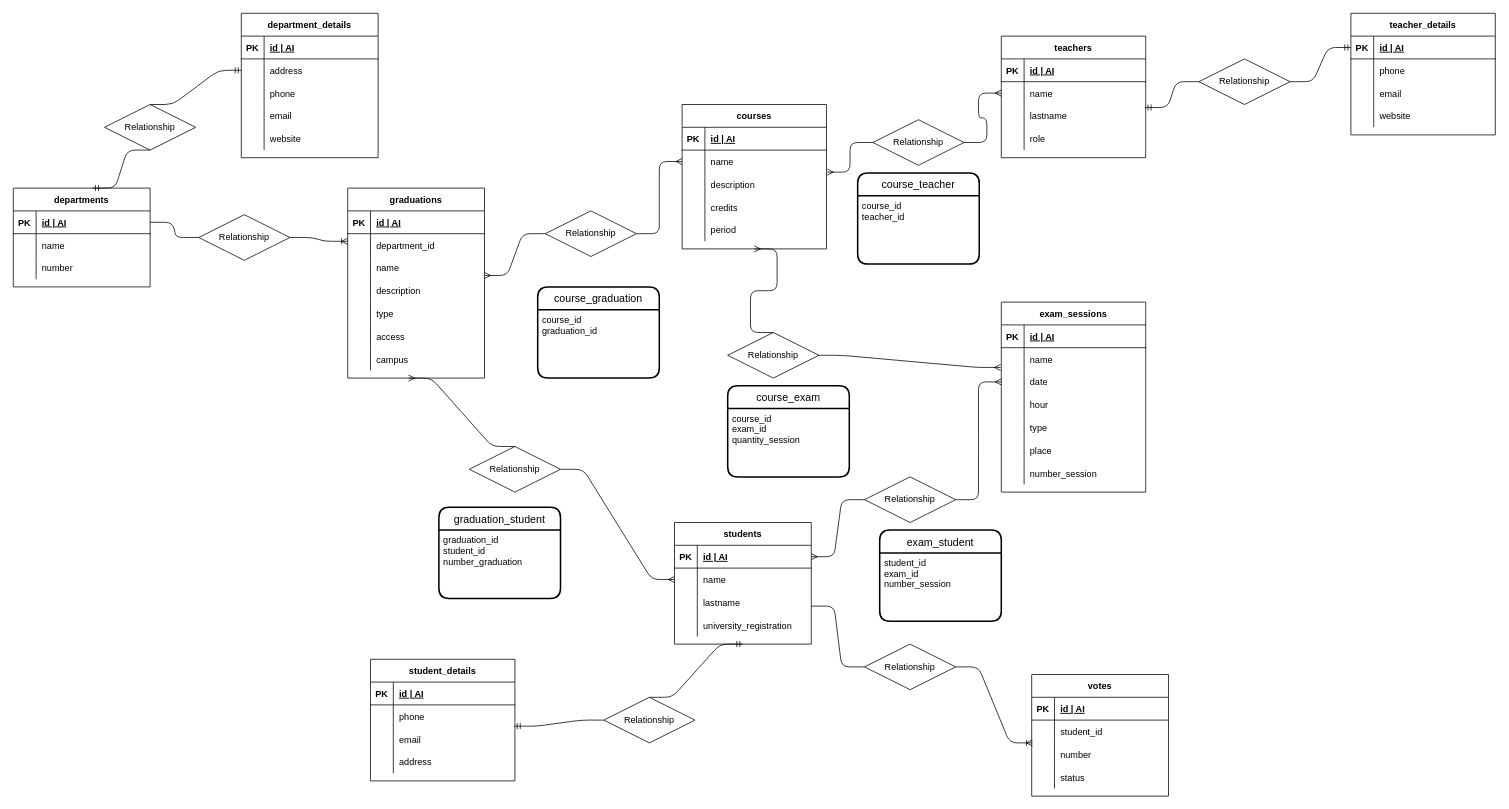
DoinaGanceriuc/db-university keeps this draw.io diagram as db-university.drawio. Above is the earlier version. Source tidied: cells renumbered, new cells numbered last; positions are measured from the earlier drawing's top-left corner, leaving out a move shared by most shapes. Both pictures are drawn from the tidied source at 76%, with x=0, y=0 at pixel (13, 13).
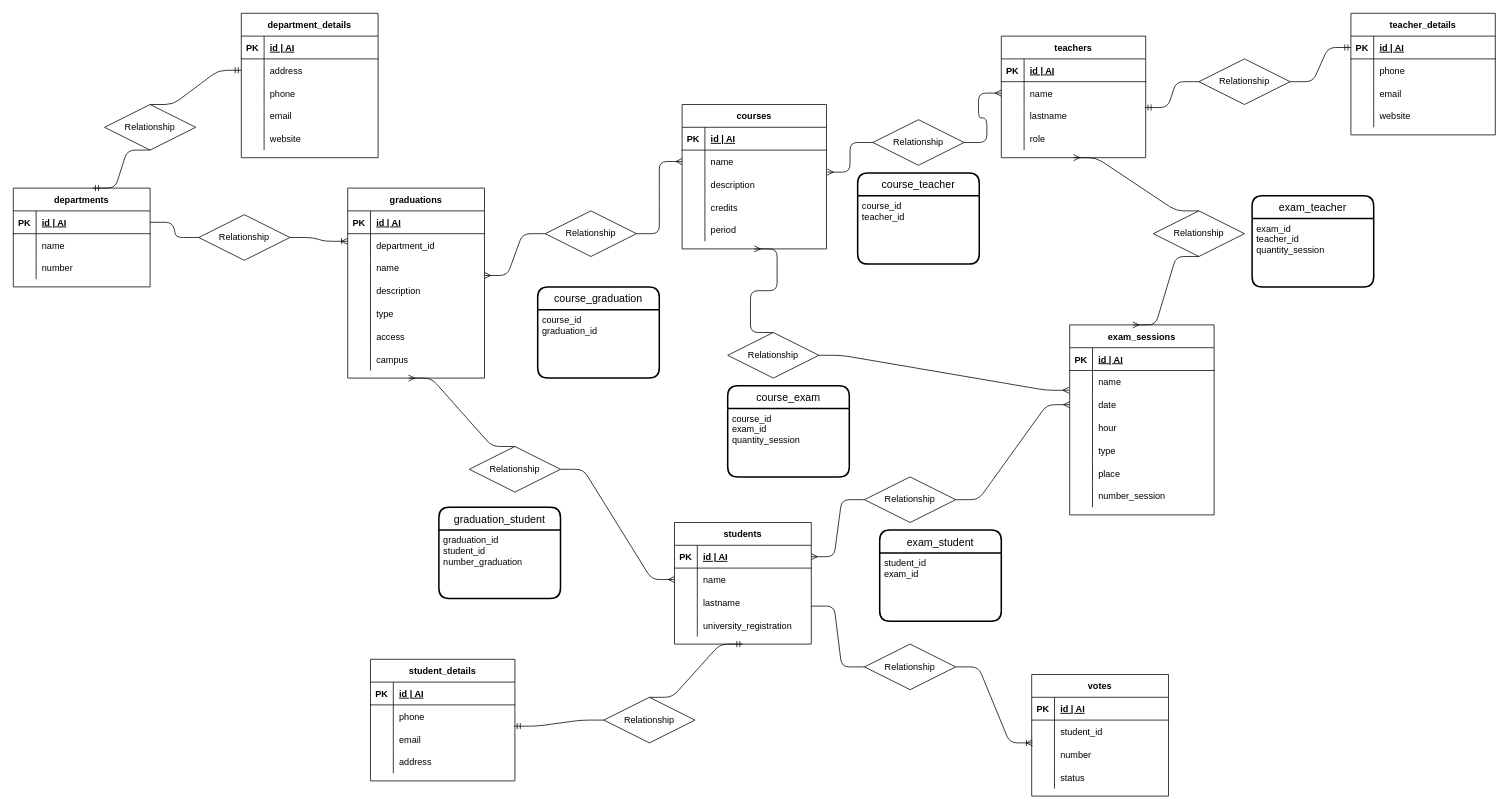
The same page after the edit.

Commit message:
fix relationship exam_sessions and teachers

The change refers to these unchanged cells:
```xml
<mxCell id="77" value="teachers" style="shape=table;startSize=30;childLayout=tableLayout;rowLines=0;fontStyle=1;align=center;" parent="1" vertex="1">
  <mxGeometry x="1300" y="30" width="190" height="160" as="geometry" />
</mxCell>
<mxCell id="192" value="exam_student" style="swimlane;horizontal=1;startSize=30;rounded=1;fontSize=14;fontStyle=0;strokeWidth=2;shadow=0;dashed=0;align=center;" parent="1" vertex="1">
  <mxGeometry x="1140" y="680" width="160" height="120" as="geometry" />
</mxCell>
```

The edit, as a diff of the source:
```diff
@@
     <mxCell id="111" value="exam_sessions" style="shape=table;startSize=30;childLayout=tableLayout;rowLines=0;fontStyle=1;align=center;" parent="1" vertex="1">
-      <mxGeometry x="1300" y="380" width="190" height="250" as="geometry" />
+      <mxGeometry x="1390" y="410" width="190" height="250" as="geometry" />
     </mxCell>
@@
-    <mxCell id="193" value="student_id&#10;exam_id&#10;number_session" style="align=left;strokeColor=none;fillColor=none;spacingLeft=4;fontSize=12;verticalAlign=top;" parent="192" vertex="1">
+    <mxCell id="193" value="student_id&#10;exam_id" style="align=left;strokeColor=none;fillColor=none;spacingLeft=4;fontSize=12;verticalAlign=top;" parent="192" vertex="1">
       <mxGeometry y="30" width="160" height="90" as="geometry" />
     </mxCell>
+    <mxCell id="194" style="edgeStyle=entityRelationEdgeStyle;fontSize=12;html=1;endArrow=ERmany;startArrow=none;exitX=0.5;exitY=0;exitDx=0;exitDy=0;entryX=0.5;entryY=1;entryDx=0;entryDy=0;" parent="1" edge="1" source="195" target="77">
+      <mxGeometry relative="1" as="geometry" />
+    </mxCell>
+    <mxCell id="195" value="Relationship" style="shape=rhombus;perimeter=rhombusPerimeter;whiteSpace=wrap;html=1;align=center;" parent="1" vertex="1">
+      <mxGeometry x="1500" y="260" width="120" height="60" as="geometry" />
+    </mxCell>
+    <mxCell id="196" style="edgeStyle=entityRelationEdgeStyle;fontSize=12;html=1;endArrow=none;startArrow=ERmany;exitX=0.437;exitY=0;exitDx=0;exitDy=0;exitPerimeter=0;entryX=0.5;entryY=1;entryDx=0;entryDy=0;" parent="1" edge="1" source="111" target="195">
+      <mxGeometry relative="1" as="geometry" />
+    </mxCell>
+    <mxCell id="197" value="exam_teacher" style="swimlane;horizontal=1;startSize=30;rounded=1;fontSize=14;fontStyle=0;strokeWidth=2;shadow=0;dashed=0;align=center;" parent="1" vertex="1">
+      <mxGeometry x="1630" y="240" width="160" height="120" as="geometry" />
+    </mxCell>
+    <mxCell id="198" value="exam_id&#10;teacher_id&#10;quantity_session" style="align=left;strokeColor=none;fillColor=none;spacingLeft=4;fontSize=12;verticalAlign=top;" parent="197" vertex="1">
+      <mxGeometry y="30" width="160" height="90" as="geometry" />
+    </mxCell>
```
